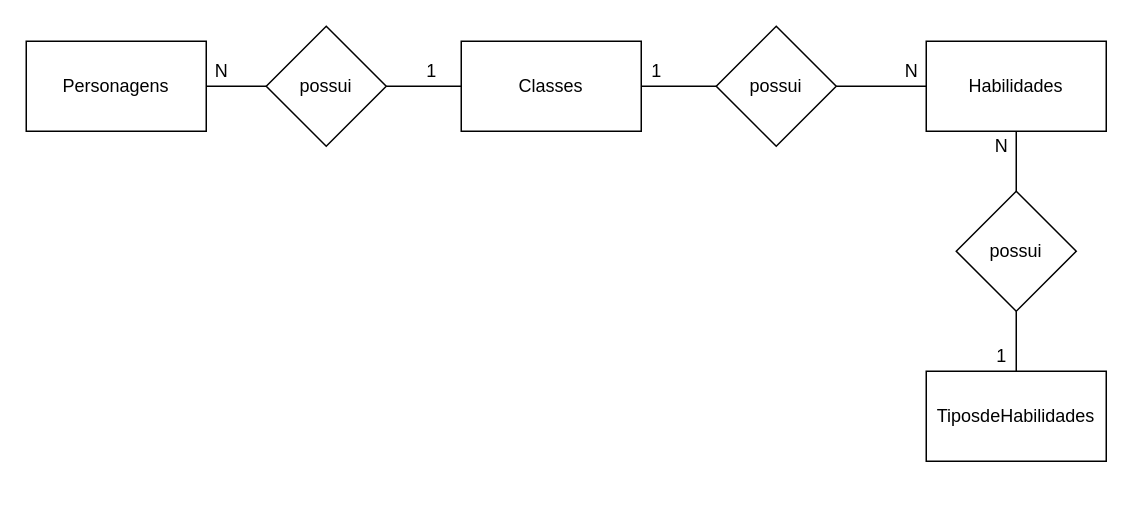
enzzo-dev/senai_2termo_bd keeps this draw.io diagram as page "Conceitual" (1 of 2) of Desafios/SENAI_HROADS_MANHA/SENAI_HROADS_MANHA-Modelos.drawio. Above is the earlier version. Source tidied: cells renumbered, new cells numbered last; positions are measured from the earlier drawing's top-left corner, leaving out a move shared by most shapes. Both pictures are drawn from the tidied source at 150%, with x=0, y=0 at pixel (26, 26).
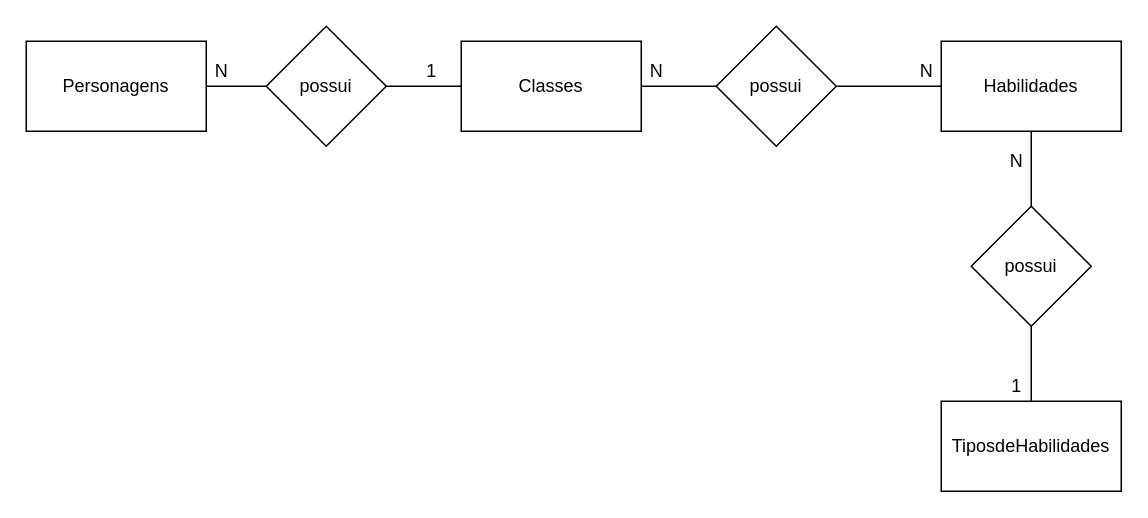
The same diagram, later.

The change refers to these unchanged cells:
```xml
<mxCell id="12" value="possui" style="rhombus;whiteSpace=wrap;html=1;" parent="1" vertex="1">
  <mxGeometry x="460" width="80" height="80" as="geometry" />
</mxCell>
```

Diff of the diagram source:
```diff
@@
     <mxCell id="6" value="Habilidades" style="rounded=0;whiteSpace=wrap;html=1;" parent="1" vertex="1">
-      <mxGeometry x="600" y="10" width="120" height="60" as="geometry" />
+      <mxGeometry x="610" y="10" width="120" height="60" as="geometry" />
     </mxCell>
     <mxCell id="7" value="TiposdeHabilidades" style="rounded=0;whiteSpace=wrap;html=1;" parent="1" vertex="1">
-      <mxGeometry x="600" y="230" width="120" height="60" as="geometry" />
+      <mxGeometry x="610" y="250" width="120" height="60" as="geometry" />
     </mxCell>
@@
-    <mxCell id="11" style="edgeStyle=orthogonalEdgeStyle;rounded=0;jettySize=auto;html=1;endArrow=none;endFill=0;" parent="1" edge="1" source="12" target="6">
-      <mxGeometry relative="1" as="geometry" />
-    </mxCell>
+    <mxCell id="21" style="edgeStyle=orthogonalEdgeStyle;rounded=0;jettySize=auto;html=1;endArrow=none;endFill=0;" parent="1" edge="1" source="12">
+      <mxGeometry relative="1" as="geometry">
+        <mxPoint x="610" y="40" as="targetPoint" />
+      </mxGeometry>
+    </mxCell>
@@
     <mxCell id="14" value="possui" style="rhombus;whiteSpace=wrap;html=1;" parent="1" vertex="1">
-      <mxGeometry x="620" y="110" width="80" height="80" as="geometry" />
+      <mxGeometry x="630" y="120" width="80" height="80" as="geometry" />
     </mxCell>
@@
-    <mxCell id="17" value="1" style="text;html=1;align=center;verticalAlign=middle;" parent="1" vertex="1">
+    <mxCell id="17" value="N" style="text;html=1;align=center;verticalAlign=middle;" parent="1" vertex="1">
       <mxGeometry x="410" y="20" width="20" height="20" as="geometry" />
     </mxCell>
-    <mxCell id="18" value="N" style="text;html=1;align=center;verticalAlign=middle;" parent="1" vertex="1">
-      <mxGeometry x="580" y="20" width="20" height="20" as="geometry" />
-    </mxCell>
     <mxCell id="19" value="N" style="text;html=1;align=center;verticalAlign=middle;" parent="1" vertex="1">
-      <mxGeometry x="640" y="70" width="20" height="20" as="geometry" />
+      <mxGeometry x="650" y="80" width="20" height="20" as="geometry" />
     </mxCell>
     <mxCell id="20" value="1" style="text;html=1;align=center;verticalAlign=middle;" parent="1" vertex="1">
-      <mxGeometry x="640" y="210" width="20" height="20" as="geometry" />
+      <mxGeometry x="650" y="230" width="20" height="20" as="geometry" />
     </mxCell>
+    <mxCell id="18" value="N" style="text;html=1;align=center;verticalAlign=middle;" parent="1" vertex="1">
+      <mxGeometry x="590" y="20" width="20" height="20" as="geometry" />
+    </mxCell>
```
